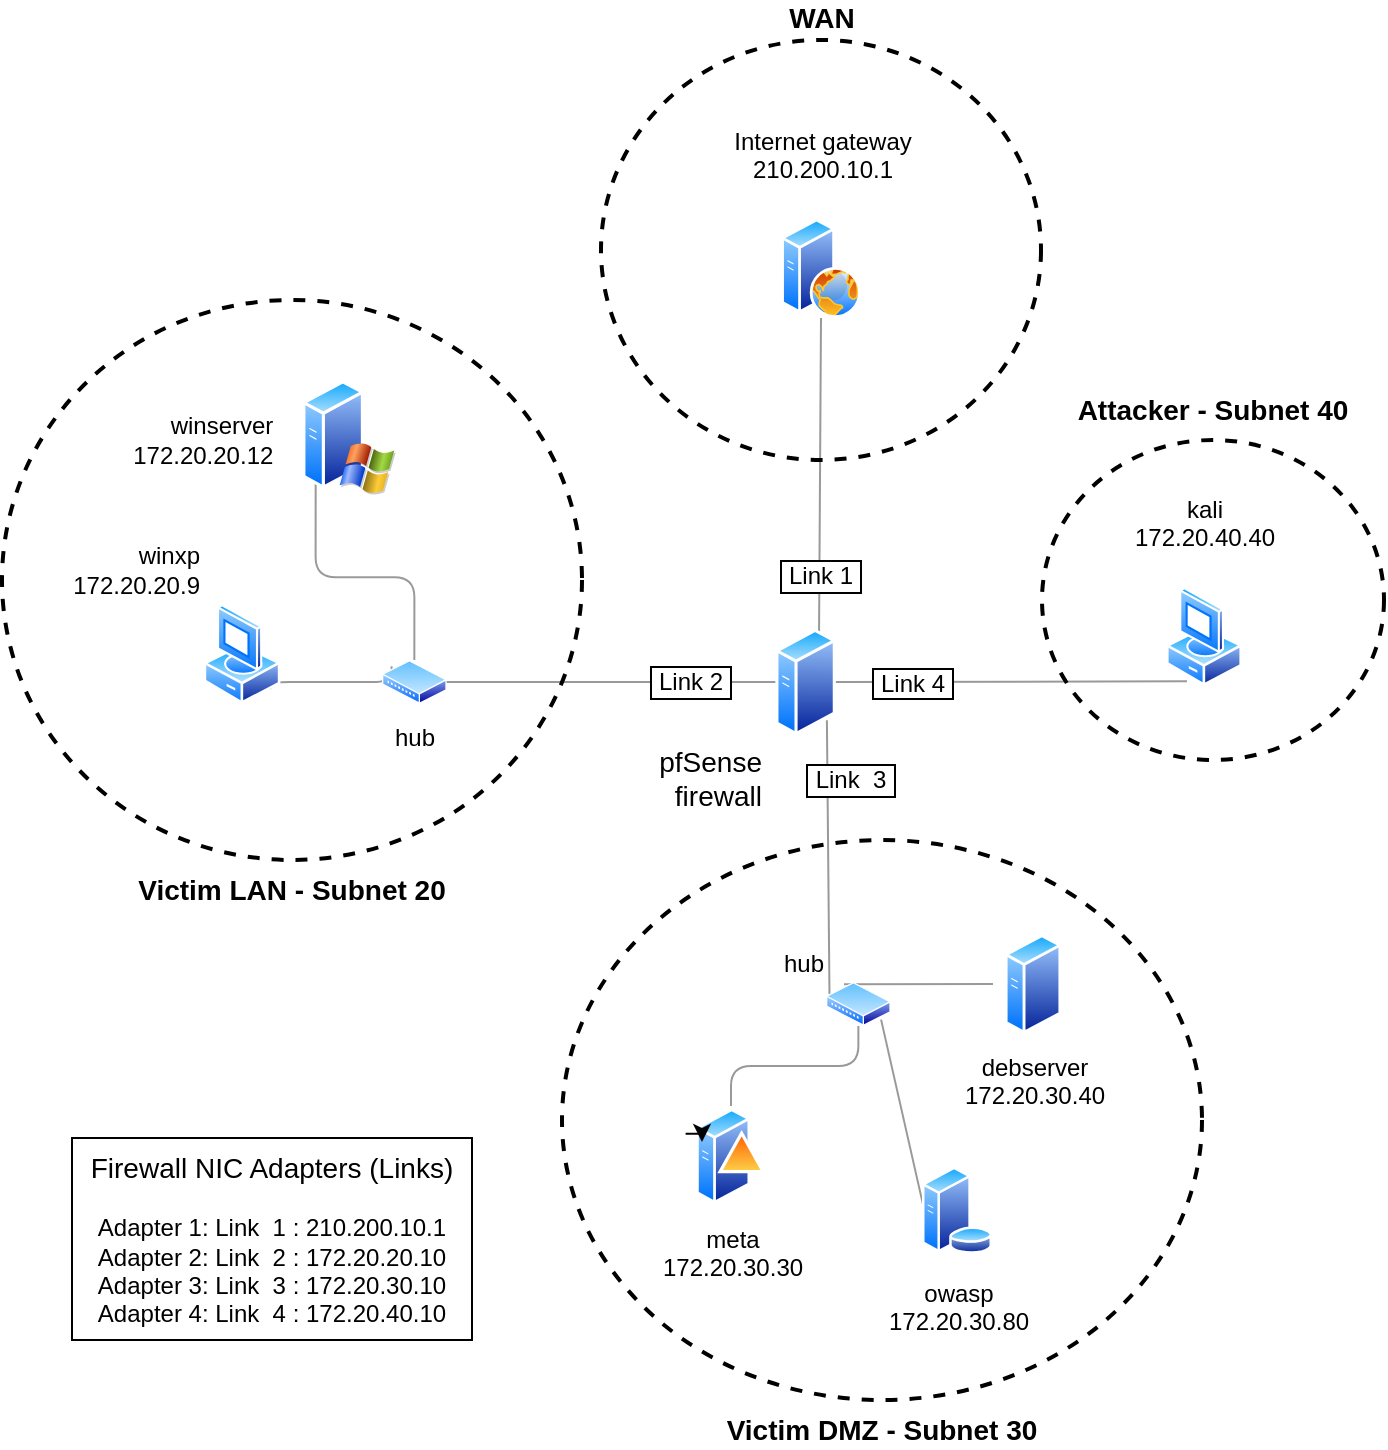
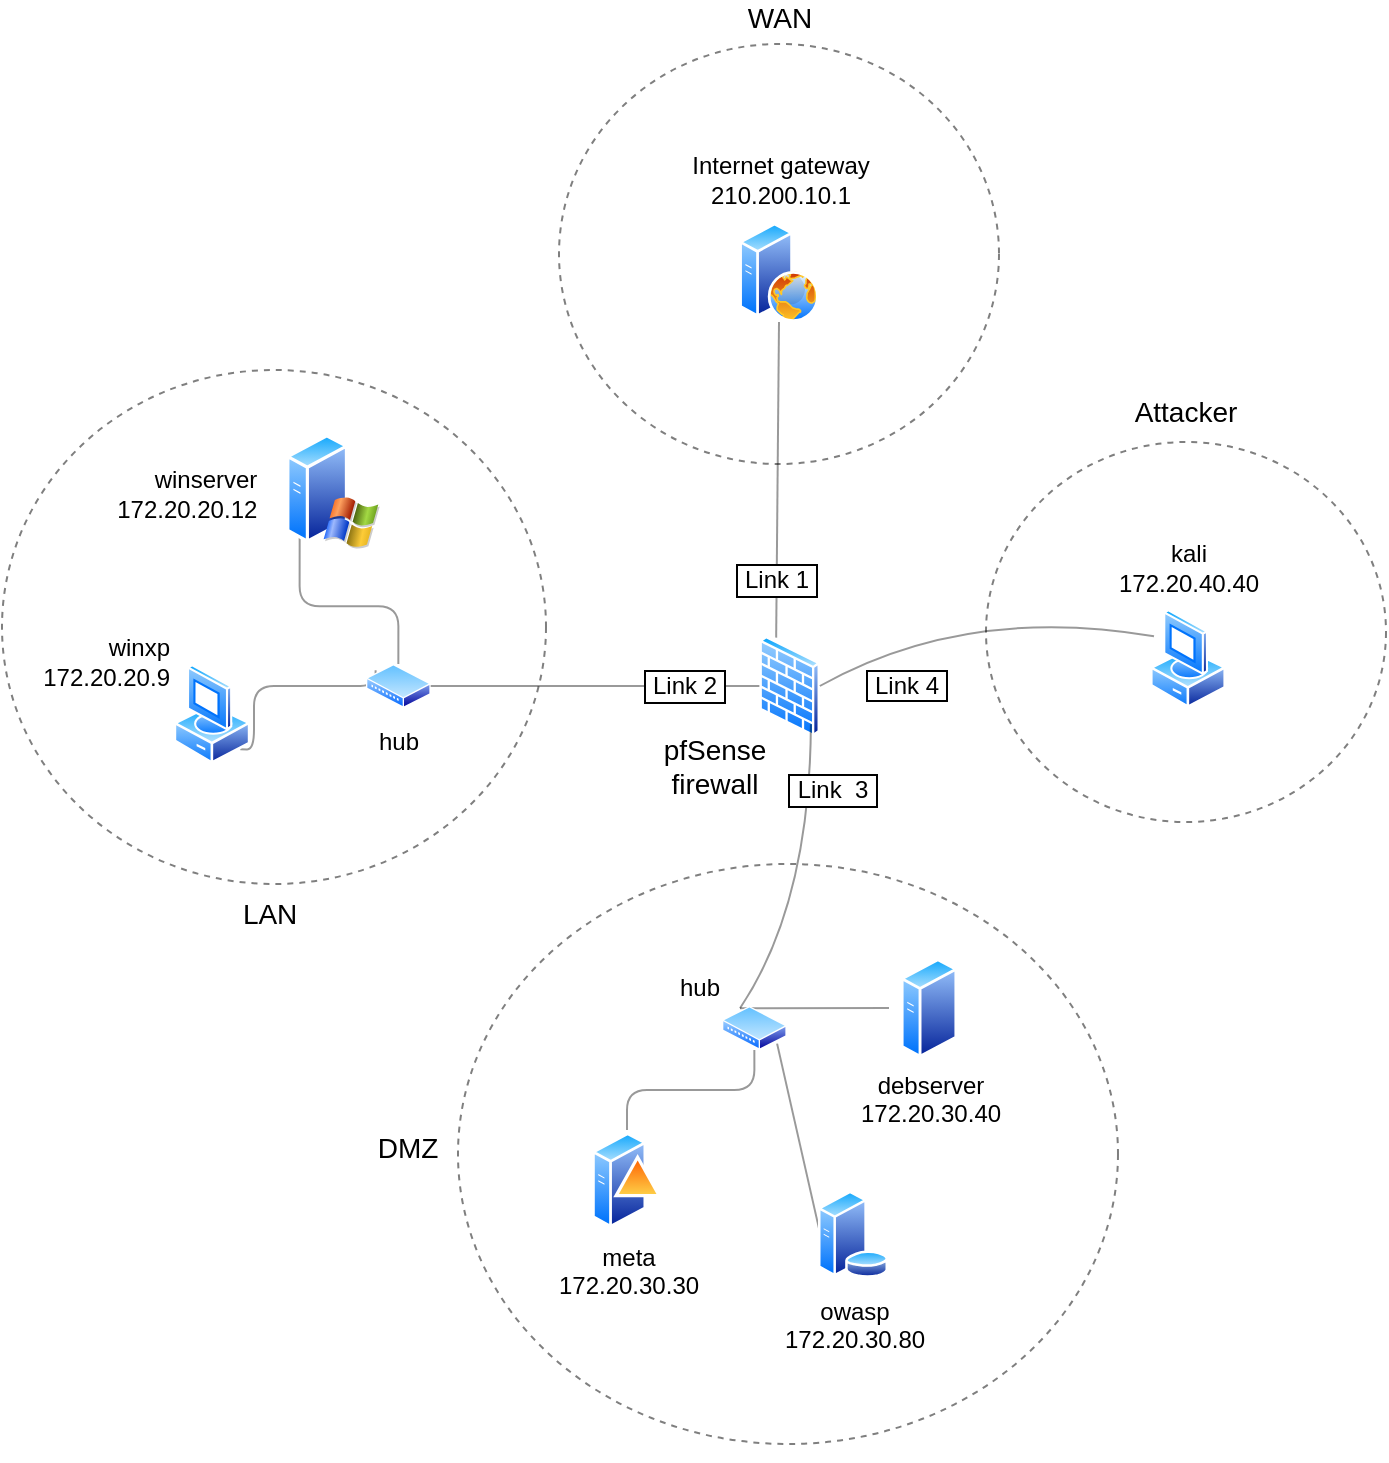
<mxfile host="app.diagrams.net">
  <diagram name="Seite-1" id="sI0nA2FEwm0xv5wlwKVV">
    <mxGraphModel dx="1940" dy="763" grid="1" gridSize="10" guides="1" tooltips="1" connect="1" arrows="1" fold="1" page="1" pageScale="1" pageWidth="827" pageHeight="1169" math="0" shadow="0">
      <root>
        <mxCell id="0" />
        <mxCell id="1" parent="0" />
-         <mxCell id="a0UQNTms_buoy0jP--Xc-48" parent="1" style="ellipse;whiteSpace=wrap;html=1;fillColor=none;strokeWidth=2;labelPosition=center;verticalLabelPosition=top;align=center;verticalAlign=bottom;fontSize=14;fontStyle=1;dashed=1;strokeColor=light-dark(#000000,#FFF2CC);fontColor=light-dark(#000000,#FFF2CC);spacingTop=-1;spacingBottom=4;" value="Attacker - Subnet 40" vertex="1">
-           <mxGeometry height="160" width="171" x="500" y="250" as="geometry" />
+         <mxCell id="a0UQNTms_buoy0jP--Xc-48" parent="1" style="ellipse;whiteSpace=wrap;html=1;fillColor=none;strokeWidth=1;labelPosition=center;verticalLabelPosition=top;align=center;verticalAlign=bottom;fontSize=14;fontStyle=0;dashed=1;strokeColor=light-dark(#000000,#FFF2CC);fontColor=light-dark(#000000,#FFF2CC);spacingTop=-1;spacingBottom=4;opacity=50;" value="Attacker" vertex="1">
+           <mxGeometry height="190" width="200" x="480" y="249" as="geometry" />
        </mxCell>
-         <mxCell id="eCaSIDYicL7Bv3XTQ8XW-33" parent="1" style="ellipse;whiteSpace=wrap;html=1;fillColor=none;strokeWidth=2;labelPosition=center;verticalLabelPosition=top;align=center;verticalAlign=bottom;fontSize=14;fontStyle=1;dashed=1;strokeColor=light-dark(#000000,#FFF2CC);fontColor=light-dark(#000000,#FFF2CC);" value="WAN" vertex="1">
-           <mxGeometry height="210" width="220" x="279.5" y="50" as="geometry" />
+         <mxCell id="eCaSIDYicL7Bv3XTQ8XW-33" parent="1" style="ellipse;whiteSpace=wrap;html=1;fillColor=none;strokeWidth=1;labelPosition=center;verticalLabelPosition=top;align=center;verticalAlign=bottom;fontSize=14;fontStyle=0;dashed=1;strokeColor=light-dark(#000000,#FFF2CC);fontColor=light-dark(#000000,#FFF2CC);opacity=50;spacingBottom=2;" value="WAN" vertex="1">
+           <mxGeometry height="210" width="220" x="266.5" y="50" as="geometry" />
        </mxCell>
-         <mxCell id="eCaSIDYicL7Bv3XTQ8XW-30" parent="1" style="ellipse;whiteSpace=wrap;html=1;fillColor=none;strokeWidth=2;labelPosition=center;verticalLabelPosition=bottom;align=center;verticalAlign=top;fontSize=14;fontStyle=1;dashed=1;strokeColor=light-dark(#000000,#FFF2CC);fontColor=light-dark(#000000,#FFF2CC);labelBorderColor=none;spacingTop=0;spacingBottom=7;" value="Victim DMZ - Subnet 30" vertex="1">
-           <mxGeometry height="280" width="320" x="260" y="450" as="geometry" />
+         <mxCell id="eCaSIDYicL7Bv3XTQ8XW-30" parent="1" style="ellipse;whiteSpace=wrap;html=1;fillColor=none;strokeWidth=1;labelPosition=left;verticalLabelPosition=middle;align=right;verticalAlign=middle;fontSize=14;fontStyle=0;dashed=1;strokeColor=light-dark(#000000,#FFF2CC);fontColor=light-dark(#000000,#FFF2CC);labelBorderColor=none;spacingTop=0;spacingBottom=7;spacing=2;opacity=50;" value="DMZ&amp;nbsp;&amp;nbsp;" vertex="1">
+           <mxGeometry height="290" width="330" x="216" y="460" as="geometry" />
        </mxCell>
-         <mxCell id="eCaSIDYicL7Bv3XTQ8XW-29" parent="1" style="ellipse;whiteSpace=wrap;html=1;fillColor=none;strokeWidth=2;labelPosition=center;verticalLabelPosition=bottom;align=center;verticalAlign=top;fontSize=14;fontStyle=1;dashed=1;strokeColor=light-dark(#000000,#FFF2CC);fontColor=light-dark(#000000,#FFF2CC);" value="Victim LAN - Subnet 20" vertex="1">
-           <mxGeometry height="280" width="290" x="-20" y="180" as="geometry" />
+         <mxCell id="eCaSIDYicL7Bv3XTQ8XW-29" parent="1" style="ellipse;whiteSpace=wrap;html=1;fillColor=none;strokeWidth=1;labelPosition=center;verticalLabelPosition=bottom;align=center;verticalAlign=top;fontSize=14;fontStyle=0;dashed=1;strokeColor=light-dark(#000000,#FFF2CC);fontColor=light-dark(#000000,#FFF2CC);opacity=50;" value="LAN&amp;nbsp;" vertex="1">
+           <mxGeometry height="257" width="272" x="-12" y="213" as="geometry" />
        </mxCell>
-         <mxCell id="eCaSIDYicL7Bv3XTQ8XW-1" parent="1" style="aspect=fixed;html=1;align=center;shadow=0;dashed=0;spacingTop=3;image=img/lib/active_directory/web_server.svg;labelPosition=center;verticalLabelPosition=top;verticalAlign=bottom;labelBackgroundColor=none;fontColor=light-dark(#000000,#FFFFFF);fontSize=12;shape=image;perimeter=ellipsePerimeter;" value="Internet gateway&lt;div&gt;210.200.10.1&lt;br&gt;&lt;br&gt;&lt;/div&gt;" vertex="1">
-           <mxGeometry height="49.77" width="79" x="350" y="139.23000000000002" as="geometry" />
+         <mxCell id="eCaSIDYicL7Bv3XTQ8XW-1" parent="1" style="aspect=fixed;html=1;align=center;shadow=0;dashed=0;spacingTop=0;image=img/lib/active_directory/web_server.svg;labelPosition=center;verticalLabelPosition=top;verticalAlign=bottom;labelBackgroundColor=none;fontColor=light-dark(#000000,#FFFFFF);fontSize=12;shape=image;perimeter=ellipsePerimeter;spacingBottom=4;" value="Internet gateway&lt;div&gt;210.200.10.1&lt;br&gt;&lt;/div&gt;" vertex="1">
+           <mxGeometry height="49.77" width="79" x="337" y="139.23000000000002" as="geometry" />
        </mxCell>
-         <mxCell id="a0UQNTms_buoy0jP--Xc-31" edge="1" parent="1" source="eCaSIDYicL7Bv3XTQ8XW-10" style="rounded=0;orthogonalLoop=1;jettySize=auto;html=1;exitX=0.75;exitY=0;exitDx=0;exitDy=0;endArrow=none;endFill=0;curved=1;opacity=40;fontSize=12;labelBorderColor=light-dark(#000000,#FFB366);spacingLeft=-1;sourcePerimeterSpacing=0;startSize=6;spacingTop=100;entryX=0.5;entryY=1;entryDx=0;entryDy=0;" target="eCaSIDYicL7Bv3XTQ8XW-1" value="&lt;span&gt;&amp;nbsp;Link 1&amp;nbsp;&lt;/span&gt;">
+         <mxCell id="a0UQNTms_buoy0jP--Xc-31" edge="1" parent="1" source="eCaSIDYicL7Bv3XTQ8XW-10" style="rounded=0;orthogonalLoop=1;jettySize=auto;html=1;exitX=0.25;exitY=0;exitDx=0;exitDy=0;endArrow=none;endFill=0;curved=1;opacity=40;fontSize=12;labelBorderColor=light-dark(#000000,#FFB366);spacingLeft=-1;sourcePerimeterSpacing=0;startSize=6;spacingTop=100;entryX=0.5;entryY=1;entryDx=0;entryDy=0;" target="eCaSIDYicL7Bv3XTQ8XW-1" value="&lt;span&gt;&amp;nbsp;Link 1&amp;nbsp;&lt;/span&gt;">
          <mxGeometry relative="1" x="0.0031" as="geometry">
            <mxPoint as="offset" />
            <Array as="points" />
            <mxPoint x="400" y="150" as="targetPoint" />
          </mxGeometry>
        </mxCell>
-         <mxCell id="eCaSIDYicL7Bv3XTQ8XW-10" parent="1" style="image;aspect=fixed;perimeter=ellipsePerimeter;html=1;align=right;shadow=0;dashed=0;spacingTop=2;image=img/lib/active_directory/generic_server.svg;fontSize=14;labelPosition=left;verticalLabelPosition=bottom;verticalAlign=top;spacingLeft=0;spacingRight=10;spacingBottom=0;spacing=-2;labelBackgroundColor=none;" value="pfSense&lt;br&gt;firewall" vertex="1">
+         <mxCell id="eCaSIDYicL7Bv3XTQ8XW-10" parent="1" style="aspect=fixed;html=1;align=center;shadow=0;dashed=0;spacingTop=-6;image=img/lib/active_directory/firewall.svg;fontSize=14;labelPosition=left;verticalLabelPosition=bottom;verticalAlign=top;spacingLeft=0;spacingRight=15;spacingBottom=0;spacing=-2;labelBackgroundColor=default;shape=image;perimeter=ellipsePerimeter;" value="pfSense&lt;br&gt;firewall" vertex="1">
          <mxGeometry height="54" width="30.24" x="366.68" y="344" as="geometry" />
        </mxCell>
        <mxCell id="a0UQNTms_buoy0jP--Xc-1" edge="1" parent="1" source="eCaSIDYicL7Bv3XTQ8XW-17" style="edgeStyle=orthogonalEdgeStyle;rounded=0;orthogonalLoop=1;jettySize=auto;html=1;exitX=0;exitY=0.5;exitDx=0;exitDy=0;entryX=0.25;entryY=0;entryDx=0;entryDy=0;endArrow=none;endFill=0;curved=1;opacity=40;" target="eCaSIDYicL7Bv3XTQ8XW-35">
          <mxGeometry relative="1" as="geometry" />
        </mxCell>
-         <mxCell id="eCaSIDYicL7Bv3XTQ8XW-17" parent="1" style="aspect=fixed;html=1;align=center;shadow=0;dashed=0;spacingTop=3;image=img/lib/active_directory/generic_server.svg;shape=image;labelBackgroundColor=none;verticalAlign=top;verticalLabelPosition=bottom;perimeter=ellipsePerimeter;" value="debserver&lt;div&gt;172.20.30.40&lt;/div&gt;" vertex="1">
-           <mxGeometry height="50" width="40" x="475.5" y="497" as="geometry" />
+         <mxCell id="eCaSIDYicL7Bv3XTQ8XW-17" parent="1" style="aspect=fixed;html=1;align=center;shadow=0;dashed=0;spacingTop=0;image=img/lib/active_directory/generic_server.svg;shape=image;labelBackgroundColor=none;verticalAlign=top;verticalLabelPosition=bottom;perimeter=ellipsePerimeter;" value="debserver&lt;div&gt;172.20.30.40&lt;/div&gt;" vertex="1">
+           <mxGeometry height="50" width="40" x="431.5" y="507" as="geometry" />
        </mxCell>
        <mxCell id="a0UQNTms_buoy0jP--Xc-3" edge="1" parent="1" source="eCaSIDYicL7Bv3XTQ8XW-18" style="rounded=0;orthogonalLoop=1;jettySize=auto;html=1;exitX=0;exitY=1;exitDx=0;exitDy=0;entryX=1;entryY=1;entryDx=0;entryDy=0;endArrow=none;endFill=0;opacity=40;" target="eCaSIDYicL7Bv3XTQ8XW-35">
          <mxGeometry relative="1" as="geometry" />
        </mxCell>
-         <mxCell id="eCaSIDYicL7Bv3XTQ8XW-18" parent="1" style="aspect=fixed;html=1;align=center;shadow=0;dashed=0;spacingTop=3;image=img/lib/active_directory/database_server.svg;shape=image;labelBackgroundColor=none;verticalAlign=top;verticalLabelPosition=bottom;perimeter=ellipsePerimeter;" value="owasp&lt;div&gt;172.20.30.80&lt;/div&gt;" vertex="1">
-           <mxGeometry height="50" width="35" x="440" y="609.9999999999999" as="geometry" />
+         <mxCell id="eCaSIDYicL7Bv3XTQ8XW-18" parent="1" style="aspect=fixed;html=1;align=center;shadow=0;dashed=0;spacingTop=0;image=img/lib/active_directory/database_server.svg;shape=image;labelBackgroundColor=none;verticalAlign=top;verticalLabelPosition=bottom;perimeter=ellipsePerimeter;" value="owasp&lt;div&gt;172.20.30.80&lt;/div&gt;" vertex="1">
+           <mxGeometry height="50" width="35" x="396" y="619.9999999999999" as="geometry" />
        </mxCell>
        <mxCell id="a0UQNTms_buoy0jP--Xc-2" edge="1" parent="1" source="eCaSIDYicL7Bv3XTQ8XW-19" style="edgeStyle=orthogonalEdgeStyle;rounded=1;orthogonalLoop=1;jettySize=auto;html=1;exitX=0.5;exitY=0;exitDx=0;exitDy=0;entryX=0.5;entryY=1;entryDx=0;entryDy=0;endArrow=none;endFill=0;curved=0;opacity=40;" target="eCaSIDYicL7Bv3XTQ8XW-35">
          <mxGeometry relative="1" as="geometry" />
        </mxCell>
-         <mxCell id="eCaSIDYicL7Bv3XTQ8XW-19" parent="1" style="aspect=fixed;html=1;align=center;shadow=0;dashed=0;spacingTop=3;image=img/lib/active_directory/domain_controller.svg;shape=image;labelBackgroundColor=none;verticalAlign=top;verticalLabelPosition=bottom;perimeter=ellipsePerimeter;" value="meta&lt;div&gt;172.20.30.30&lt;/div&gt;" vertex="1">
-           <mxGeometry height="50" width="35" x="327" y="582.9999999999999" as="geometry" />
+         <mxCell id="eCaSIDYicL7Bv3XTQ8XW-19" parent="1" style="aspect=fixed;html=1;align=center;shadow=0;dashed=0;spacingTop=0;image=img/lib/active_directory/domain_controller.svg;shape=image;labelBackgroundColor=none;verticalAlign=top;verticalLabelPosition=bottom;perimeter=ellipsePerimeter;" value="meta&lt;div&gt;172.20.30.30&lt;/div&gt;" vertex="1">
+           <mxGeometry height="50" width="35" x="283" y="592.9999999999999" as="geometry" />
        </mxCell>
        <mxCell id="eCaSIDYicL7Bv3XTQ8XW-39" edge="1" parent="1" source="eCaSIDYicL7Bv3XTQ8XW-20" style="edgeStyle=orthogonalEdgeStyle;rounded=1;orthogonalLoop=1;jettySize=auto;html=1;exitX=1;exitY=1;exitDx=0;exitDy=0;entryX=0;entryY=0;entryDx=0;entryDy=0;curved=0;endArrow=none;endFill=0;opacity=40;" target="eCaSIDYicL7Bv3XTQ8XW-36">
          <mxGeometry relative="1" as="geometry">
            <Array as="points">
              <mxPoint x="114" y="371" />
              <mxPoint x="175" y="371" />
            </Array>
          </mxGeometry>
        </mxCell>
-         <mxCell id="eCaSIDYicL7Bv3XTQ8XW-20" parent="1" style="aspect=fixed;html=1;align=right;shadow=0;dashed=0;spacingTop=3;image=img/lib/active_directory/vista_client.svg;shape=image;labelBackgroundColor=none;verticalAlign=bottom;verticalLabelPosition=top;perimeter=ellipsePerimeter;labelPosition=left;" value="winxp&lt;div&gt;172.20.20.9&lt;/div&gt;" vertex="1">
-           <mxGeometry height="50" width="40" x="80" y="332" as="geometry" />
+         <mxCell id="eCaSIDYicL7Bv3XTQ8XW-20" parent="1" style="aspect=fixed;html=1;align=right;shadow=0;dashed=0;spacingTop=0;image=img/lib/active_directory/vista_client.svg;shape=image;labelBackgroundColor=none;verticalAlign=bottom;verticalLabelPosition=top;perimeter=ellipsePerimeter;labelPosition=left;spacingBottom=-16;" value="winxp&lt;div&gt;172.20.20.9&lt;/div&gt;" vertex="1">
+           <mxGeometry height="50" width="40" x="73" y="360" as="geometry" />
        </mxCell>
        <mxCell id="eCaSIDYicL7Bv3XTQ8XW-40" edge="1" parent="1" source="eCaSIDYicL7Bv3XTQ8XW-21" style="edgeStyle=orthogonalEdgeStyle;rounded=1;orthogonalLoop=1;jettySize=auto;html=1;exitX=0;exitY=1;exitDx=0;exitDy=0;entryX=0.5;entryY=0;entryDx=0;entryDy=0;endArrow=none;endFill=0;curved=0;opacity=40;" target="eCaSIDYicL7Bv3XTQ8XW-36">
          <mxGeometry relative="1" as="geometry" />
        </mxCell>
        <mxCell id="eCaSIDYicL7Bv3XTQ8XW-21" parent="1" style="aspect=fixed;html=1;align=right;shadow=0;dashed=0;spacingTop=3;image=img/lib/active_directory/windows_server_2.svg;shape=image;labelBackgroundColor=none;verticalAlign=middle;verticalLabelPosition=middle;perimeter=ellipsePerimeter;labelPosition=left;" value="winserver&amp;nbsp; &amp;nbsp;&amp;nbsp;&lt;div&gt;172.20.20.12&amp;nbsp; &amp;nbsp;&amp;nbsp;&lt;/div&gt;" vertex="1">
-           <mxGeometry height="57.32" width="47" x="130" y="220" as="geometry" />
+           <mxGeometry height="57.32" width="47" x="130" y="245" as="geometry" />
        </mxCell>
-         <mxCell id="a0UQNTms_buoy0jP--Xc-6" edge="1" parent="1" source="eCaSIDYicL7Bv3XTQ8XW-26" style="rounded=0;orthogonalLoop=1;jettySize=auto;html=1;entryX=1;entryY=0.5;entryDx=0;entryDy=0;endArrow=none;endFill=0;opacity=40;exitX=0.25;exitY=1;exitDx=0;exitDy=0;fontSize=12;labelPosition=center;verticalLabelPosition=top;align=center;verticalAlign=bottom;labelBorderColor=light-dark(#000000,#FFB366);textShadow=0;sourcePerimeterSpacing=0;spacingTop=0;spacingLeft=-100;spacingBottom=-11;labelBackgroundColor=default;" value="&amp;nbsp;Link 4&amp;nbsp;">
+         <mxCell id="a0UQNTms_buoy0jP--Xc-6" edge="1" parent="1" source="eCaSIDYicL7Bv3XTQ8XW-26" style="rounded=0;orthogonalLoop=1;jettySize=auto;html=1;entryX=1;entryY=0.5;entryDx=0;entryDy=0;endArrow=none;endFill=0;opacity=40;exitX=0;exitY=0.25;exitDx=0;exitDy=0;fontSize=12;labelPosition=center;verticalLabelPosition=top;align=center;verticalAlign=bottom;labelBorderColor=light-dark(#000000,#FFB366);textShadow=0;sourcePerimeterSpacing=0;spacingTop=0;spacingLeft=-72;spacingBottom=-50;labelBackgroundColor=default;curved=1;" value="&amp;nbsp;Link 4&amp;nbsp;">
          <mxGeometry relative="1" as="geometry">
+             <Array as="points">
+               <mxPoint x="470" y="330" />
+             </Array>
            <mxPoint x="581.8663594500567" y="360.91344597206444" as="sourcePoint" />
            <mxPoint x="396.919999999981" y="371" as="targetPoint" />
          </mxGeometry>
        </mxCell>
-         <mxCell id="eCaSIDYicL7Bv3XTQ8XW-26" parent="1" style="image;aspect=fixed;perimeter=ellipsePerimeter;html=1;align=center;shadow=0;dashed=0;spacingTop=3;image=img/lib/active_directory/vista_client.svg;labelPosition=center;verticalLabelPosition=top;verticalAlign=bottom;labelBackgroundColor=none;" value="kali&lt;div&gt;172.20.40.40&lt;br&gt;&lt;br&gt;&lt;/div&gt;" vertex="1">
-           <mxGeometry height="50" width="38" x="562" y="323.32" as="geometry" />
+         <mxCell id="eCaSIDYicL7Bv3XTQ8XW-26" parent="1" style="image;aspect=fixed;perimeter=ellipsePerimeter;html=1;align=center;shadow=0;dashed=0;spacingTop=0;image=img/lib/active_directory/vista_client.svg;labelPosition=center;verticalLabelPosition=top;verticalAlign=bottom;labelBackgroundColor=none;spacingBottom=3;" value="kali&lt;div&gt;172.20.40.40&lt;br&gt;&lt;/div&gt;" vertex="1">
+           <mxGeometry height="50" width="38" x="562" y="332.32" as="geometry" />
        </mxCell>
-         <mxCell id="a0UQNTms_buoy0jP--Xc-4" edge="1" parent="1" source="eCaSIDYicL7Bv3XTQ8XW-35" style="rounded=1;orthogonalLoop=1;jettySize=auto;html=1;exitX=0;exitY=0.25;exitDx=0;exitDy=0;endArrow=none;endFill=0;opacity=40;entryX=1;entryY=1;entryDx=0;entryDy=0;fontSize=12;labelBorderColor=light-dark(#000000,#FFB366);spacingLeft=21;spacingBottom=77;" target="eCaSIDYicL7Bv3XTQ8XW-10" value="&amp;nbsp;Link&amp;nbsp; 3&amp;nbsp;">
+         <mxCell id="a0UQNTms_buoy0jP--Xc-4" edge="1" parent="1" source="eCaSIDYicL7Bv3XTQ8XW-35" style="rounded=0;orthogonalLoop=1;jettySize=auto;html=1;exitX=0.25;exitY=0;exitDx=0;exitDy=0;endArrow=none;endFill=0;opacity=40;entryX=1;entryY=1;entryDx=0;entryDy=0;fontSize=12;labelBorderColor=light-dark(#000000,#FFB366);spacingLeft=21;spacingBottom=87;curved=1;" target="eCaSIDYicL7Bv3XTQ8XW-10" value="&amp;nbsp;Link&amp;nbsp; 3&amp;nbsp;">
          <mxGeometry relative="1" x="0.0035" as="geometry">
            <mxPoint as="offset" />
+             <Array as="points">
+               <mxPoint x="392" y="480" />
+             </Array>
            <mxPoint x="370.0000000000001" y="429.9999999999999" as="targetPoint" />
          </mxGeometry>
        </mxCell>
        <mxCell id="eCaSIDYicL7Bv3XTQ8XW-35" parent="1" style="image;aspect=fixed;perimeter=ellipsePerimeter;html=1;align=right;shadow=0;dashed=0;spacingTop=3;image=img/lib/active_directory/wiring_hub.svg;labelPosition=left;verticalLabelPosition=top;verticalAlign=bottom;" value="hub" vertex="1">
-           <mxGeometry height="22" width="32.35" x="392" y="520.9999999999999" as="geometry" />
+           <mxGeometry height="22" width="32.35" x="348" y="530.9999999999999" as="geometry" />
        </mxCell>
        <mxCell id="eCaSIDYicL7Bv3XTQ8XW-36" parent="1" style="image;aspect=fixed;perimeter=ellipsePerimeter;html=1;align=center;shadow=0;dashed=0;spacingTop=3;image=img/lib/active_directory/wiring_hub.svg;" value="hub" vertex="1">
          <mxGeometry height="22" width="32.35" x="170" y="360" as="geometry" />
        </mxCell>
-         <mxCell id="a0UQNTms_buoy0jP--Xc-5" edge="1" parent="1" source="eCaSIDYicL7Bv3XTQ8XW-36" style="edgeStyle=orthogonalEdgeStyle;rounded=0;orthogonalLoop=1;jettySize=auto;html=1;exitX=1;exitY=0.5;exitDx=0;exitDy=0;endArrow=none;endFill=0;entryX=0;entryY=0.5;entryDx=0;entryDy=0;opacity=40;fontSize=12;labelBorderColor=light-dark(#000000,#FFB366);spacingLeft=80;" target="eCaSIDYicL7Bv3XTQ8XW-10" value="&amp;nbsp;Link 2&amp;nbsp;">
+         <mxCell id="a0UQNTms_buoy0jP--Xc-5" edge="1" parent="1" source="eCaSIDYicL7Bv3XTQ8XW-36" style="edgeStyle=orthogonalEdgeStyle;rounded=0;orthogonalLoop=1;jettySize=auto;html=1;exitX=1;exitY=0.5;exitDx=0;exitDy=0;endArrow=none;endFill=0;entryX=0;entryY=0.5;entryDx=0;entryDy=0;opacity=40;fontSize=12;labelBorderColor=light-dark(#000000,#FFB366);spacingLeft=90;" target="eCaSIDYicL7Bv3XTQ8XW-10" value="&amp;nbsp;Link 2&amp;nbsp;">
          <mxGeometry relative="1" as="geometry">
            <mxPoint x="380" y="370" as="targetPoint" />
          </mxGeometry>
        </mxCell>
        <mxCell id="a0UQNTms_buoy0jP--Xc-8" edge="1" parent="1" source="eCaSIDYicL7Bv3XTQ8XW-33" style="edgeStyle=orthogonalEdgeStyle;rounded=0;orthogonalLoop=1;jettySize=auto;html=1;exitX=0.5;exitY=1;exitDx=0;exitDy=0;" target="eCaSIDYicL7Bv3XTQ8XW-33">
          <mxGeometry relative="1" as="geometry" />
        </mxCell>
-         <mxCell id="a0UQNTms_buoy0jP--Xc-45" parent="1" style="text;html=1;whiteSpace=wrap;strokeColor=light-dark(#000000,#FFB366);fillColor=none;align=center;verticalAlign=middle;rounded=0;labelPosition=center;verticalLabelPosition=middle;perimeterSpacing=2;labelBorderColor=none;" value="&lt;font style=&quot;font-size: 14px;&quot;&gt;Firewall NIC Adapters (Links)&lt;/font&gt;&lt;br&gt;&lt;div&gt;&lt;br&gt;&lt;/div&gt;&lt;div&gt;Adapter 1: Link&amp;nbsp; 1 : 210.200.10.1&lt;br&gt;Adapter 2: Link&amp;nbsp; 2 : 172.20.20.10&lt;/div&gt;&lt;div&gt;Adapter 3: Link&amp;nbsp; 3 : 172.20.30.10&lt;br&gt;Adapter 4: Link&amp;nbsp; 4 : 172.20.40.10&lt;/div&gt;" vertex="1">
-           <mxGeometry height="101" width="200" x="15" y="599" as="geometry" />
-         </mxCell>
        <mxCell id="a0UQNTms_buoy0jP--Xc-49" edge="1" parent="1" source="eCaSIDYicL7Bv3XTQ8XW-30" style="edgeStyle=orthogonalEdgeStyle;rounded=0;orthogonalLoop=1;jettySize=auto;html=1;exitX=0.5;exitY=1;exitDx=0;exitDy=0;" target="eCaSIDYicL7Bv3XTQ8XW-30">
          <mxGeometry relative="1" as="geometry" />
-         </mxCell>
-         <mxCell id="6Ky28lYEBRKsEtcFkSmt-2" edge="1" parent="1" style="edgeStyle=orthogonalEdgeStyle;rounded=0;orthogonalLoop=1;jettySize=auto;html=1;exitX=0;exitY=0.25;exitDx=0;exitDy=0;entryX=0.286;entryY=0.36;entryDx=0;entryDy=0;entryPerimeter=0;">
-           <mxGeometry relative="1" as="geometry">
-             <mxPoint x="321.81078248174344" y="596.9252582224071" as="sourcePoint" />
-             <mxPoint x="330.0100000000002" y="601" as="targetPoint" />
-           </mxGeometry>
        </mxCell>
      </root>
    </mxGraphModel>
  </diagram>
</mxfile>
